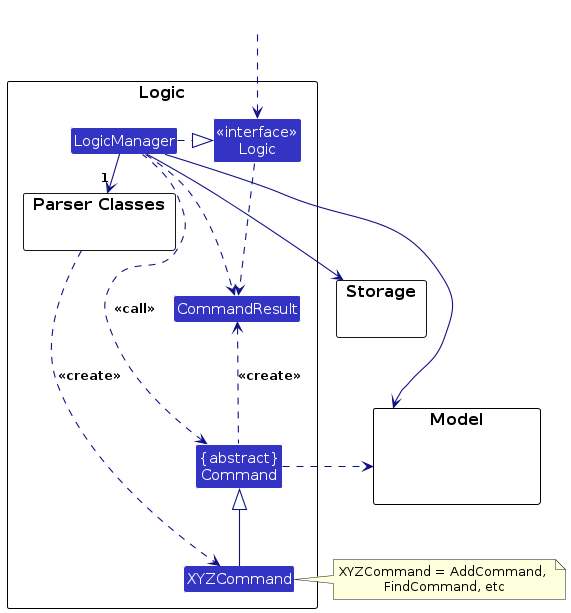
AY2627S1-CS2103T-T13-4/tp keeps this PlantUML diagram as diagrams/LogicClassDiagram.png. Above is the earlier version. Its source is kept beside it as diagrams/LogicClassDiagram.puml. Source of this version:
```plantuml
@startuml
!include style.puml
skinparam arrowThickness 1.1
skinparam arrowColor LOGIC_COLOR_T4
skinparam classBackgroundColor LOGIC_COLOR

package Logic as LogicPackage {

package "Parser Classes" as ParserClasses{
}
Class XYZCommand
Class CommandResult
Class "{abstract}\nCommand" as Command


Class "<<interface>>\nLogic" as Logic
Class LogicManager
}

package Model {
Class HiddenModel #FFFFFF
}

package Storage {
}

Class HiddenOutside #FFFFFF
HiddenOutside ..> Logic

LogicManager .right.|> Logic
LogicManager -right->"1" ParserClasses
ParserClasses ..> XYZCommand : <<create>>

XYZCommand -up-|> Command
LogicManager .left.> Command : <<call>>

LogicManager --> Model
LogicManager --> Storage
Storage --[hidden] Model
Command .[hidden]up.> Storage
Command .right.> Model
note right of XYZCommand: XYZCommand = AddCommand, \nFindCommand, etc

Logic ..> CommandResult
LogicManager .down.> CommandResult
Command .up.> CommandResult : <<create>>
@enduml
```
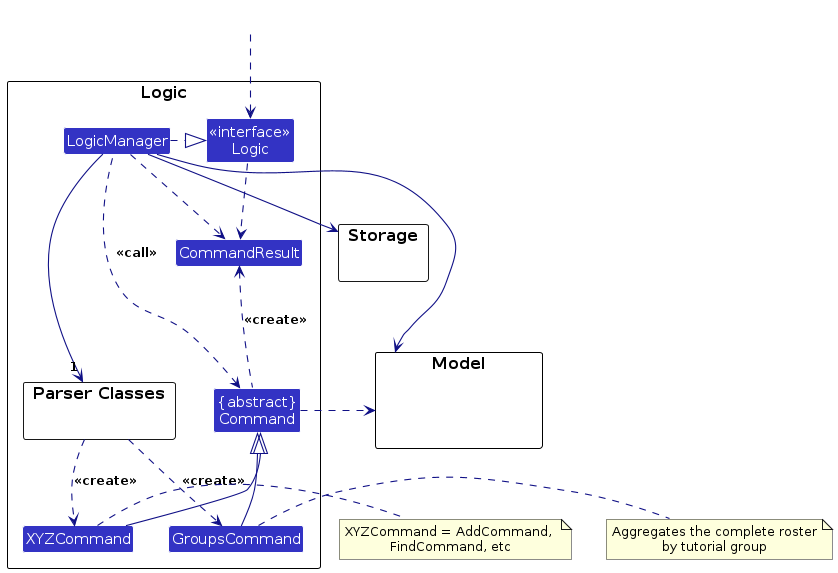
After the change.

Diff of the diagram source:
```diff
@@ -9,6 +9,7 @@
 package "Parser Classes" as ParserClasses{
 }
 Class XYZCommand
+Class GroupsCommand
 Class CommandResult
 Class "{abstract}\nCommand" as Command
 
@@ -30,8 +31,10 @@
 LogicManager .right.|> Logic
 LogicManager -right->"1" ParserClasses
 ParserClasses ..> XYZCommand : <<create>>
+ParserClasses ..> GroupsCommand : <<create>>
 
 XYZCommand -up-|> Command
+GroupsCommand -up-|> Command
 LogicManager .left.> Command : <<call>>
 
 LogicManager --> Model
@@ -40,6 +43,7 @@
 Command .[hidden]up.> Storage
 Command .right.> Model
 note right of XYZCommand: XYZCommand = AddCommand, \nFindCommand, etc
+note right of GroupsCommand: Aggregates the complete roster\nby tutorial group
 
 Logic ..> CommandResult
 LogicManager .down.> CommandResult
```
